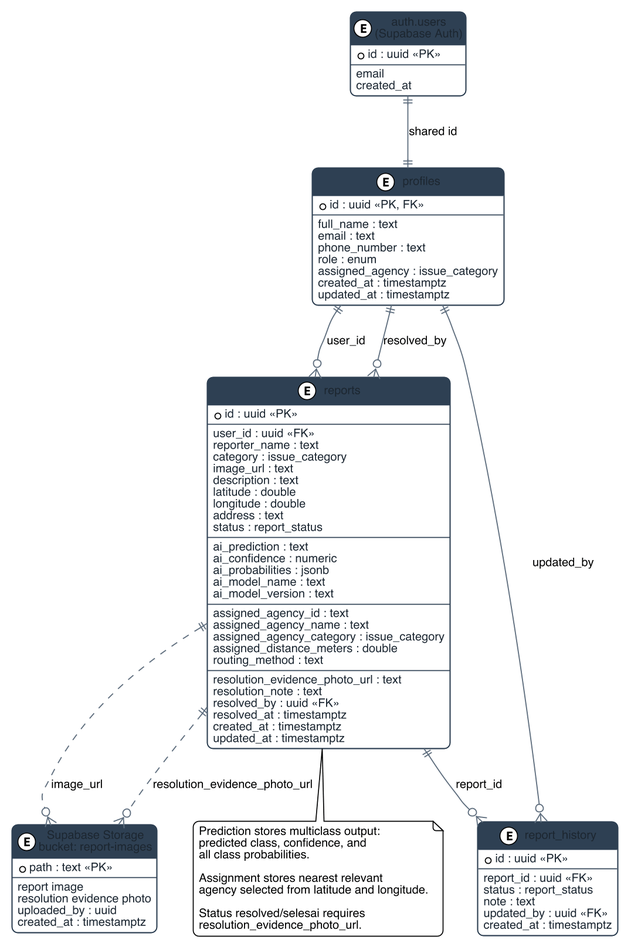
Before: Docs/diagrams_src/erd_supabase.png, a diagram exported from PlantUML (4arkeinlvy/Thesis-).
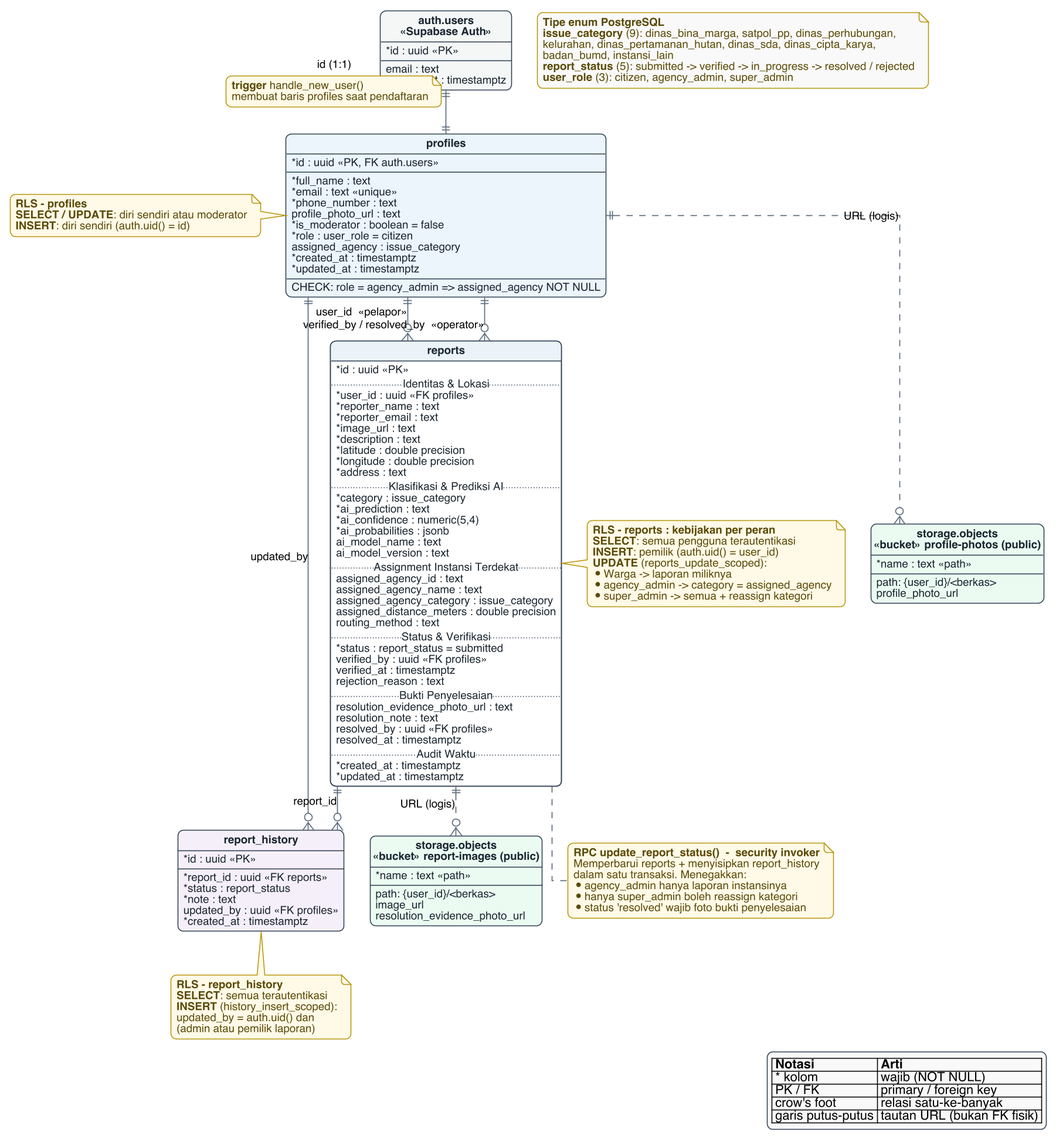
Above is the later version.

Change to the diagram source:
```diff
@@ -1,96 +1,171 @@
 @startuml erd_supabase
-skinparamlocked dpi 160
 !include _thesis_style.puml
 
-entity "auth.users\n(Supabase Auth)" as Users {
-    * id : uuid <<PK>>
-    --
-    email
-    created_at
+
+hide circle
+skinparam dpi 150
+skinparam nodesep 28
+skinparam ranksep 48
+skinparam note {
+  BackgroundColor #FEF9E7
+  BorderColor #B7950B
+  FontColor #5B4A06
+}
+skinparam legendBackgroundColor #F8F9F9
+skinparam legendBorderColor #2E4053
+
+
+entity "auth.users\n<<Supabase Auth>>" as Users #F4F6F7 {
+  * id : uuid <<PK>>
+  --
+  email : text
+  created_at : timestamptz
 }
 
-entity "profiles" as Profiles {
-    * id : uuid <<PK, FK>>
-    --
-    full_name : text
-    email : text
-    phone_number : text
-    role : enum
-    assigned_agency : issue_category
-    created_at : timestamptz
-    updated_at : timestamptz
+entity "profiles" as Profiles #EBF5FB {
+  * id : uuid <<PK, FK auth.users>>
+  --
+  * full_name : text
+  * email : text <<unique>>
+  * phone_number : text
+  profile_photo_url : text
+  * is_moderator : boolean = false
+  * role : user_role = citizen
+  assigned_agency : issue_category
+  * created_at : timestamptz
+  * updated_at : timestamptz
+  --
+  CHECK: role = agency_admin => assigned_agency NOT NULL
 }
 
 entity "reports" as Reports {
-    * id : uuid <<PK>>
-    --
-    user_id : uuid <<FK>>
-    reporter_name : text
-    category : issue_category
-    image_url : text
-    description : text
-    latitude : double
-    longitude : double
-    address : text
-    status : report_status
-    --
-    ai_prediction : text
-    ai_confidence : numeric
-    ai_probabilities : jsonb
-    ai_model_name : text
-    ai_model_version : text
-    --
-    assigned_agency_id : text
-    assigned_agency_name : text
-    assigned_agency_category : issue_category
-    assigned_distance_meters : double
-    routing_method : text
-    --
-    resolution_evidence_photo_url : text
-    resolution_note : text
-    resolved_by : uuid <<FK>>
-    resolved_at : timestamptz
-    created_at : timestamptz
-    updated_at : timestamptz
+  * id : uuid <<PK>>
+  .. Identitas & Lokasi ..
+  * user_id : uuid <<FK profiles>>
+  * reporter_name : text
+  * reporter_email : text
+  * image_url : text
+  * description : text
+  * latitude : double precision
+  * longitude : double precision
+  * address : text
+  .. Klasifikasi & Prediksi AI ..
+  * category : issue_category
+  * ai_prediction : text
+  * ai_confidence : numeric(5,4)
+  * ai_probabilities : jsonb
+  ai_model_name : text
+  ai_model_version : text
+  .. Assignment Instansi Terdekat ..
+  assigned_agency_id : text
+  assigned_agency_name : text
+  assigned_agency_category : issue_category
+  assigned_distance_meters : double precision
+  routing_method : text
+  .. Status & Verifikasi ..
+  * status : report_status = submitted
+  verified_by : uuid <<FK profiles>>
+  verified_at : timestamptz
+  rejection_reason : text
+  .. Bukti Penyelesaian ..
+  resolution_evidence_photo_url : text
+  resolution_note : text
+  resolved_by : uuid <<FK profiles>>
+  resolved_at : timestamptz
+  .. Audit Waktu ..
+  * created_at : timestamptz
+  * updated_at : timestamptz
 }
 
-entity "report_history" as History {
-    * id : uuid <<PK>>
-    --
-    report_id : uuid <<FK>>
-    status : report_status
-    note : text
-    updated_by : uuid <<FK>>
-    created_at : timestamptz
+entity "report_history" as History #F5EEF8 {
+  * id : uuid <<PK>>
+  --
+  * report_id : uuid <<FK reports>>
+  * status : report_status
+  * note : text
+  updated_by : uuid <<FK profiles>>
+  * created_at : timestamptz
 }
 
-entity "Supabase Storage\nbucket: report-images" as Storage {
-    * path : text <<PK>>
-    --
-    report image
-    resolution evidence photo
-    uploaded_by : uuid
-    created_at : timestamptz
+entity "storage.objects\n<<bucket>> report-images (public)" as ReportImages #EAFAF1 {
+  * name : text <<path>>
+  --
+  path: {user_id}/<berkas>
+  image_url
+  resolution_evidence_photo_url
 }
 
-Users ||--|| Profiles : "shared id"
-Profiles ||--o{ Reports : "user_id"
-Profiles ||--o{ Reports : "resolved_by"
-Profiles ||--o{ History : "updated_by"
-Reports ||--o{ History : "report_id"
-Reports ||..o{ Storage : "image_url"
-Reports ||..o{ Storage : "resolution_evidence_photo_url"
+entity "storage.objects\n<<bucket>> profile-photos (public)" as ProfilePhotos #EAFAF1 {
+  * name : text <<path>>
+  --
+  path: {user_id}/<berkas>
+  profile_photo_url
+}
+
+
+Users ||--|| Profiles : "id (1:1)"
+note on link
+**trigger** handle_new_user()
+membuat baris profiles saat pendaftaran
+end note
+
+Profiles ||--o{ Reports : "user_id  «pelapor»"
+Profiles ||--o{ Reports : "verified_by / resolved_by  «operator»"
+Profiles ||--o{ History  : "updated_by"
+Reports  ||--o{ History  : "report_id"
+Reports  ||..o{ ReportImages  : "URL (logis)"
+Profiles ||..o{ ProfilePhotos : "URL (logis)"
+
+
+note left of Profiles
+**RLS - profiles**
+**SELECT / UPDATE**: diri sendiri atau moderator
+**INSERT**: diri sendiri (auth.uid() = id)
+end note
+
+note right of Reports
+**RLS - reports : kebijakan per peran**
+**SELECT**: semua pengguna terautentikasi
+**INSERT**: pemilik (auth.uid() = user_id)
+**UPDATE** (reports_update_scoped):
+* Warga -> laporan miliknya
+* agency_admin -> category = assigned_agency
+* super_admin -> semua + reassign kategori
+end note
+
+note bottom of History
+**RLS - report_history**
+**SELECT**: semua terautentikasi
+**INSERT** (history_insert_scoped):
+updated_by = auth.uid() dan
+(admin atau pemilik laporan)
+end note
 
 note bottom of Reports
-Prediction stores multiclass output:
-predicted class, confidence, and
-all class probabilities.
-
-Assignment stores nearest relevant
-agency selected from latitude and longitude.
-
-Status resolved/selesai requires
-resolution_evidence_photo_url.
+**RPC update_report_status()  -  security invoker**
+Memperbarui reports + menyisipkan report_history
+dalam satu transaksi. Menegakkan:
+* agency_admin hanya laporan instansinya
+* hanya super_admin boleh reassign kategori
+* status 'resolved' wajib foto bukti penyelesaian
 end note
 
+
+note as N_enum #F8F9F9
+**Tipe enum PostgreSQL**
+**issue_category** (9): dinas_bina_marga, satpol_pp, dinas_perhubungan,
+kelurahan, dinas_pertamanan_hutan, dinas_sda, dinas_cipta_karya,
+badan_bumd, instansi_lain
+**report_status** (5): submitted -> verified -> in_progress -> resolved / rejected
+**user_role** (3): citizen, agency_admin, super_admin
+end note
+
+legend right
+|= Notasi |= Arti |
+| * kolom | wajib (NOT NULL) |
+| PK / FK | primary / foreign key |
+| crow's foot | relasi satu-ke-banyak |
+| garis putus-putus | tautan URL (bukan FK fisik) |
+endlegend
+
 @enduml
```
